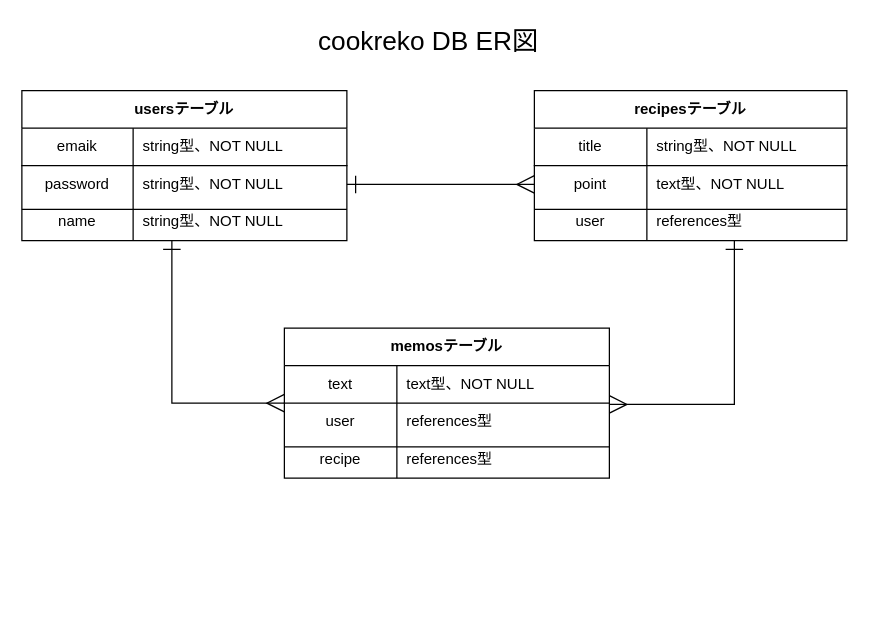
mopomi/cookreco keeps this draw.io diagram as cookreko.dio. Above is the earlier version. Source tidied: cells renumbered, new cells numbered last; positions are measured from the earlier drawing's top-left corner, leaving out a move shared by most shapes. Both pictures are drawn from the tidied source at 125%, with x=0, y=0 at pixel (21, 21).
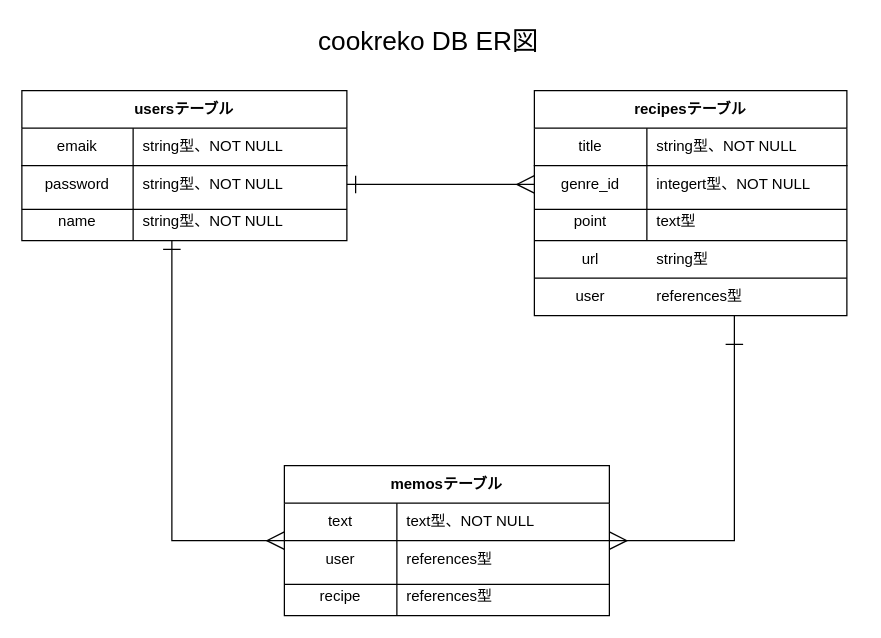
Above is the later version.

Unchanged cells that the change refers to:
```xml
<mxCell id="9" style="shape=partialRectangle;html=1;whiteSpace=wrap;fillColor=none;top=0;left=0;bottom=0;right=0;points=[[0,0.5],[1,0.5]];portConstraint=eastwest;" parent="5" vertex="1">
  <mxGeometry y="60" width="250" height="30" as="geometry" />
</mxCell>
<mxCell id="12" style="shape=partialRectangle;html=1;whiteSpace=wrap;fillColor=none;top=0;left=0;bottom=0;right=0;points=[[0,0.5],[1,0.5]];portConstraint=eastwest;" parent="5" vertex="1">
  <mxGeometry y="90" width="250" height="30" as="geometry" />
</mxCell>
```

What changed in the source:
```diff
@@
     <mxCell id="5" value="recipesテーブル" style="shape=table;html=1;whiteSpace=wrap;startSize=30;childLayout=tableLayout;rowLines=0;fontStyle=1;align=center;" parent="1" vertex="1">
-      <mxGeometry x="410" y="55" width="250" height="120" as="geometry" />
+      <mxGeometry x="410" y="55" width="250" height="180" as="geometry" />
     </mxCell>
@@
-    <mxCell id="10" value="point" style="shape=partialRectangle;html=1;whiteSpace=wrap;fillColor=none;top=0;left=0;bottom=0;right=0;overflow=hidden;" parent="9" vertex="1">
+    <mxCell id="10" value="genre_id" style="shape=partialRectangle;html=1;whiteSpace=wrap;fillColor=none;top=0;left=0;bottom=0;right=0;overflow=hidden;" parent="9" vertex="1">
       <mxGeometry width="90" height="30" as="geometry" />
     </mxCell>
-    <mxCell id="11" value="text型、NOT NULL" style="shape=partialRectangle;html=1;whiteSpace=wrap;fillColor=none;top=0;left=0;bottom=0;right=0;align=left;spacingLeft=6;overflow=hidden;" parent="9" vertex="1">
+    <mxCell id="11" value="integert型、NOT NULL" style="shape=partialRectangle;html=1;whiteSpace=wrap;fillColor=none;top=0;left=0;bottom=0;right=0;align=left;spacingLeft=6;overflow=hidden;" parent="9" vertex="1">
       <mxGeometry x="90" width="160" height="30" as="geometry" />
     </mxCell>
@@
-    <mxCell id="13" value="user" style="shape=partialRectangle;html=1;whiteSpace=wrap;fillColor=none;top=0;left=0;bottom=0;right=0;overflow=hidden;" parent="12" vertex="1">
+    <mxCell id="13" value="point" style="shape=partialRectangle;html=1;whiteSpace=wrap;fillColor=none;top=0;left=0;bottom=0;right=0;overflow=hidden;" parent="12" vertex="1">
       <mxGeometry width="90" height="30" as="geometry" />
     </mxCell>
-    <mxCell id="14" value="references型" style="shape=partialRectangle;html=1;whiteSpace=wrap;fillColor=none;top=0;left=0;bottom=0;right=0;align=left;spacingLeft=6;overflow=hidden;" parent="12" vertex="1">
+    <mxCell id="14" value="text型" style="shape=partialRectangle;html=1;whiteSpace=wrap;fillColor=none;top=0;left=0;bottom=0;right=0;align=left;spacingLeft=6;overflow=hidden;" parent="12" vertex="1">
       <mxGeometry x="90" width="160" height="30" as="geometry" />
     </mxCell>
     <mxCell id="15" style="line;strokeWidth=1;html=1;fillColor=#ffffff;fontSize=1;" parent="1" vertex="1">
-      <mxGeometry x="210" y="335" width="260" height="10" as="geometry" />
+      <mxGeometry x="210" y="445" width="260" height="10" as="geometry" />
     </mxCell>
@@
     <mxCell id="26" value="memosテーブル" style="shape=table;html=1;whiteSpace=wrap;startSize=30;childLayout=tableLayout;rowLines=0;fontStyle=1;align=center;" parent="1" vertex="1">
-      <mxGeometry x="210" y="245" width="260" height="120" as="geometry" />
+      <mxGeometry x="210" y="355" width="260" height="120" as="geometry" />
     </mxCell>
@@
     <mxCell id="37" style="endArrow=ERone;html=1;strokeWidth=1;fontSize=1;startArrow=ERmany;startFill=0;endFill=0;endSize=12;rounded=0;startSize=12;" parent="1" edge="1">
       <mxGeometry relative="1" as="geometry">
-        <mxPoint x="210" y="305" as="sourcePoint" />
+        <mxPoint x="210" y="415" as="sourcePoint" />
         <mxPoint x="120" y="175" as="targetPoint" />
         <Array as="points">
-          <mxPoint x="120" y="305" />
+          <mxPoint x="170" y="415" />
+          <mxPoint x="120" y="415" />
         </Array>
       </mxGeometry>
     </mxCell>
-    <mxCell id="38" style="endArrow=ERone;html=1;strokeWidth=1;fontSize=1;entryX=0.64;entryY=1;entryDx=0;entryDy=0;entryPerimeter=0;rounded=0;startArrow=ERmany;startFill=0;endFill=0;endSize=12;startSize=12;" parent="1" edge="1" target="12">
+    <mxCell id="38" style="endArrow=ERone;html=1;strokeWidth=1;fontSize=1;rounded=0;startArrow=ERmany;startFill=0;endFill=0;endSize=12;startSize=12;" parent="1" edge="1">
       <mxGeometry relative="1" as="geometry">
-        <mxPoint x="470" y="306" as="sourcePoint" />
+        <mxPoint x="470" y="415" as="sourcePoint" />
+        <mxPoint x="570" y="265" as="targetPoint" />
         <Array as="points">
-          <mxPoint x="535" y="306" />
-          <mxPoint x="570" y="306" />
-          <mxPoint x="570" y="245" />
+          <mxPoint x="570" y="415" />
+          <mxPoint x="570" y="235" />
         </Array>
       </mxGeometry>
     </mxCell>
+    <mxCell id="39" value="url" style="shape=partialRectangle;html=1;whiteSpace=wrap;fillColor=none;top=0;left=0;bottom=0;right=0;overflow=hidden;" parent="1" vertex="1">
+      <mxGeometry x="410" y="175" width="90" height="30" as="geometry" />
+    </mxCell>
+    <mxCell id="40" value="string型" style="shape=partialRectangle;html=1;whiteSpace=wrap;fillColor=none;top=0;left=0;bottom=0;right=0;align=left;spacingLeft=6;overflow=hidden;" parent="1" vertex="1">
+      <mxGeometry x="500" y="175" width="160" height="30" as="geometry" />
+    </mxCell>
+    <mxCell id="41" value="user" style="shape=partialRectangle;html=1;whiteSpace=wrap;fillColor=none;top=0;left=0;bottom=0;right=0;overflow=hidden;" parent="1" vertex="1">
+      <mxGeometry x="410" y="205" width="90" height="30" as="geometry" />
+    </mxCell>
+    <mxCell id="42" value="references型" style="shape=partialRectangle;html=1;whiteSpace=wrap;fillColor=none;top=0;left=0;bottom=0;right=0;align=left;spacingLeft=6;overflow=hidden;" parent="1" vertex="1">
+      <mxGeometry x="500" y="205" width="170" height="30" as="geometry" />
+    </mxCell>
+    <mxCell id="43" style="endArrow=none;html=1;" parent="1" edge="1">
+      <mxGeometry relative="1" as="geometry">
+        <mxPoint x="410" y="175" as="sourcePoint" />
+        <mxPoint x="660" y="175" as="targetPoint" />
+      </mxGeometry>
+    </mxCell>
+    <mxCell id="44" style="endArrow=none;html=1;" parent="1" edge="1">
+      <mxGeometry relative="1" as="geometry">
+        <mxPoint x="410" y="205" as="sourcePoint" />
+        <mxPoint x="660" y="205" as="targetPoint" />
+      </mxGeometry>
+    </mxCell>
```
